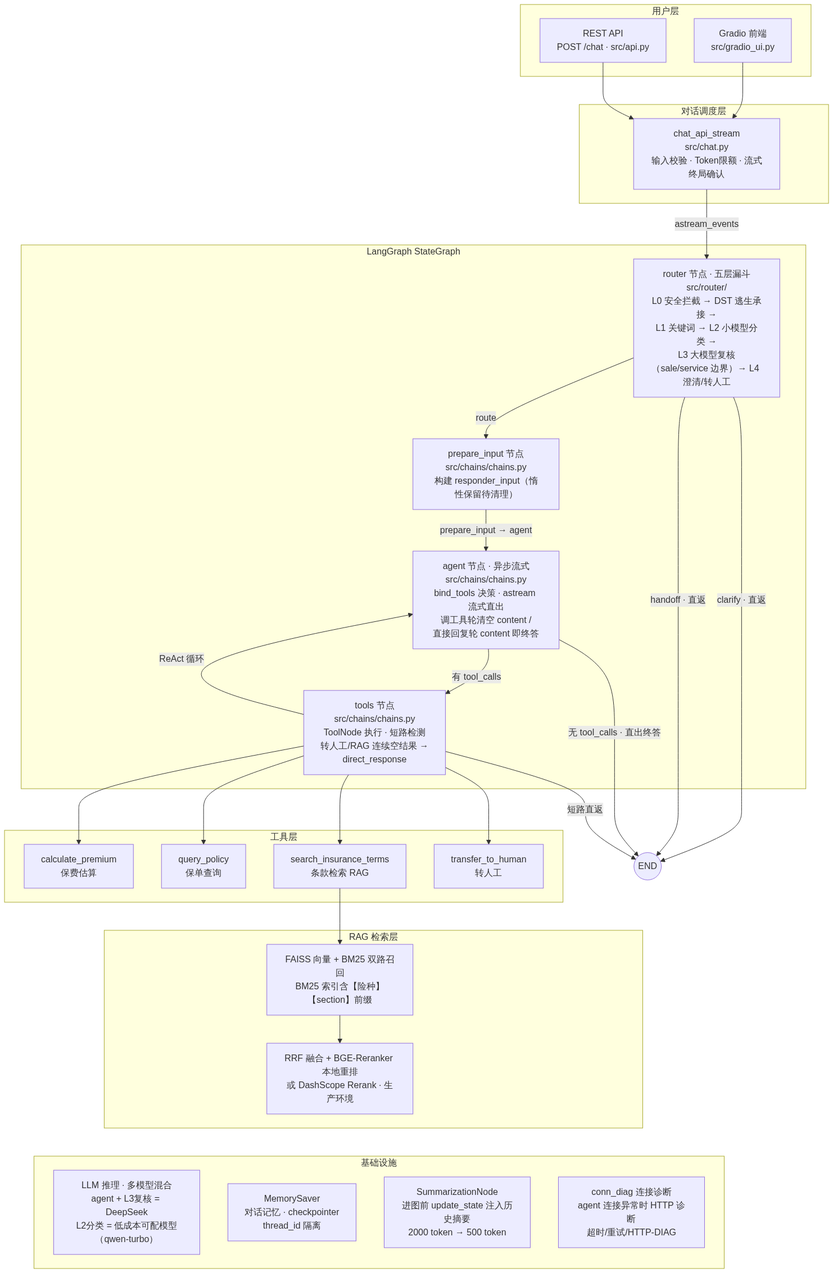
Earlier version of the Mermaid export doc/architecture.png (rooneyron/car_insurance_mvp). Its source is kept beside it as doc/architecture.mmd.
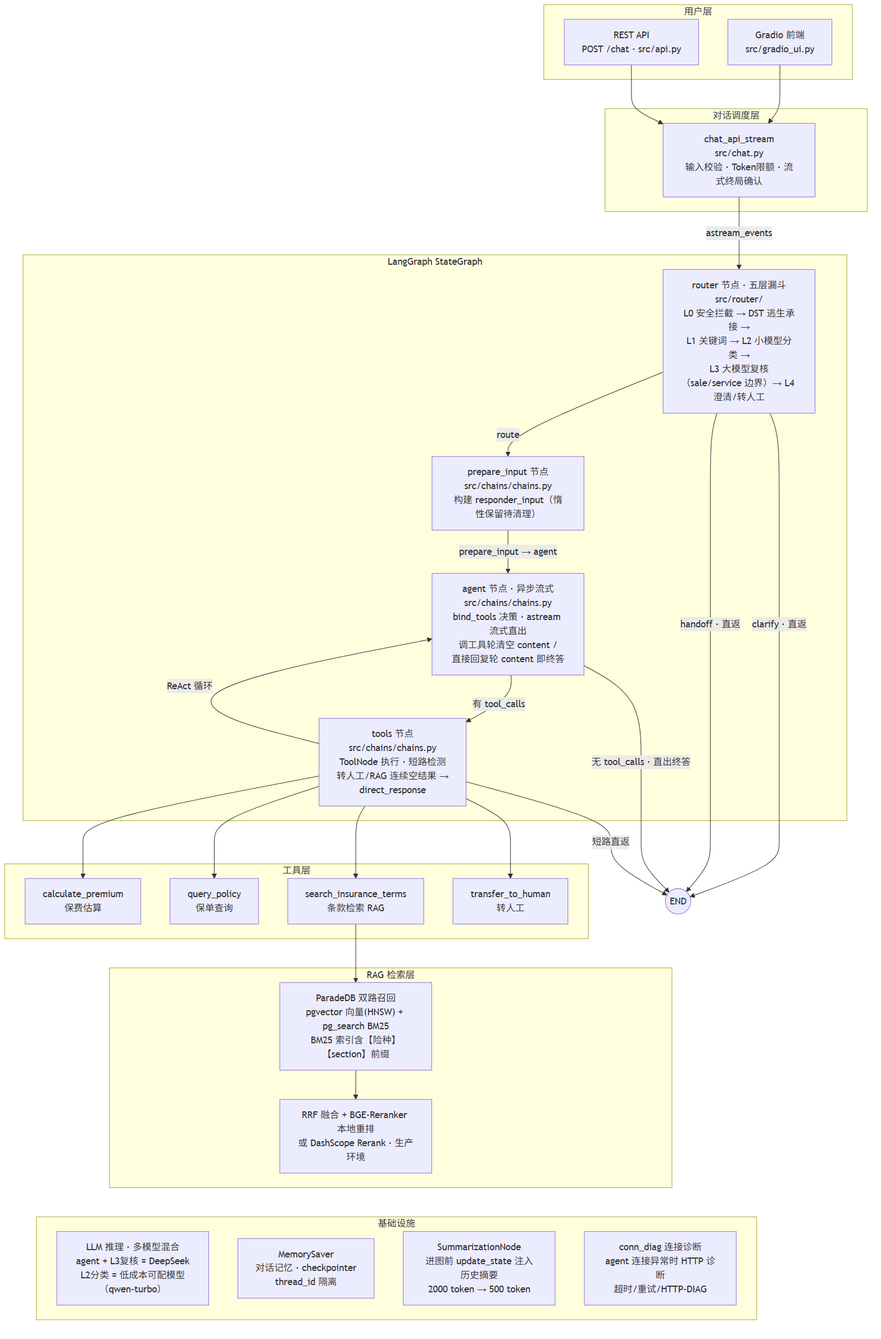
After the commit.

The edit, as a diff of the source:
```diff
@@ -25,7 +25,7 @@
     end
 
     subgraph RAG 检索层
-        L["FAISS 向量 + BM25 双路召回<br/>BM25 索引含【险种】【section】前缀"]
+        L["ParadeDB 双路召回<br/>pgvector 向量(HNSW) + pg_search BM25<br/>BM25 索引含【险种】【section】前缀"]
         M["RRF 融合 + BGE-Reranker 本地重排<br/>或 DashScope Rerank · 生产环境"]
     end
 
```
